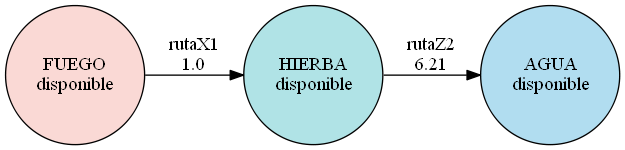
This is Reporte_Mapa.gv.png from bram814/-LFP-Proyecto1_201800937, a Graphviz export, as it was before one commit. Its source is kept beside it as Reporte_Mapa.gv.
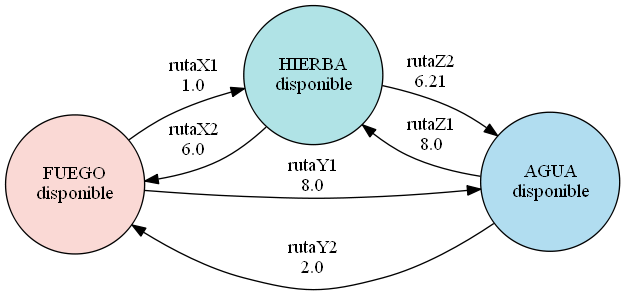
After the commit.

The edit, as a diff of the source:
```diff
@@ -1,5 +1,5 @@
 digraph Reporte_Mapa {
-	rankdir=LR size=9
+	rankdir=LR size="8,5"
 	node [shape=circle]
 	"FUEGO
 disponible" [fillcolor="#fad9d5" style=filled]
@@ -12,7 +12,23 @@
 disponible" [label="rutaX1
 1.0"]
 	"HIERBA
+disponible" -> "FUEGO
+disponible" [label="rutaX2
+6.0"]
+	"HIERBA
 disponible" -> "AGUA
 disponible" [label="rutaZ2
 6.21"]
+	"AGUA
+disponible" -> "HIERBA
+disponible" [label="rutaZ1
+8.0"]
+	"AGUA
+disponible" -> "FUEGO
+disponible" [label="rutaY2
+2.0"]
+	"FUEGO
+disponible" -> "AGUA
+disponible" [label="rutaY1
+8.0"]
 }
```
